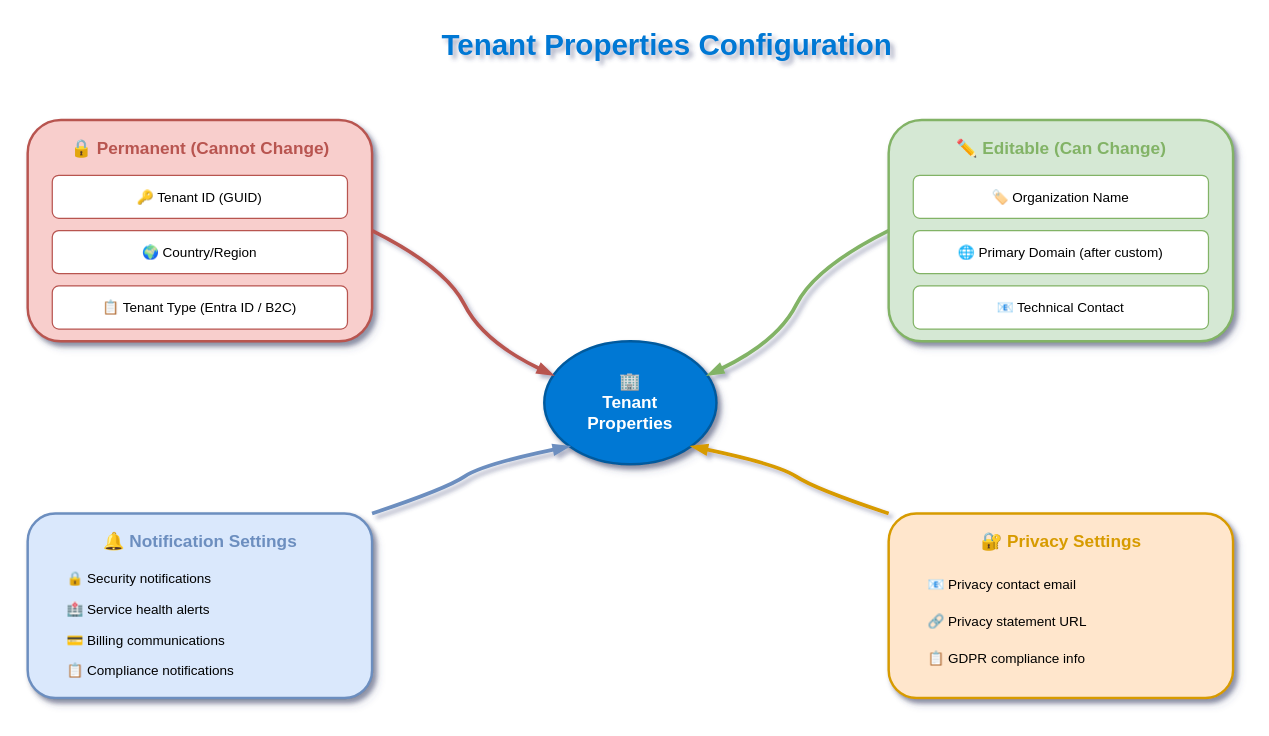
The draw.io diagram lesson-02-tenant-setup/2.2-tenant-properties/diagram.drawio in MrParkerZ7/document-lesson-ad-entra-x-claude, before the edit. Source tidied: cells renumbered, new cells numbered last; positions are measured from the earlier drawing's top-left corner, leaving out a move shared by most shapes. Both pictures are drawn from the tidied source at 123%, with x=0, y=0 at pixel (27, 21).
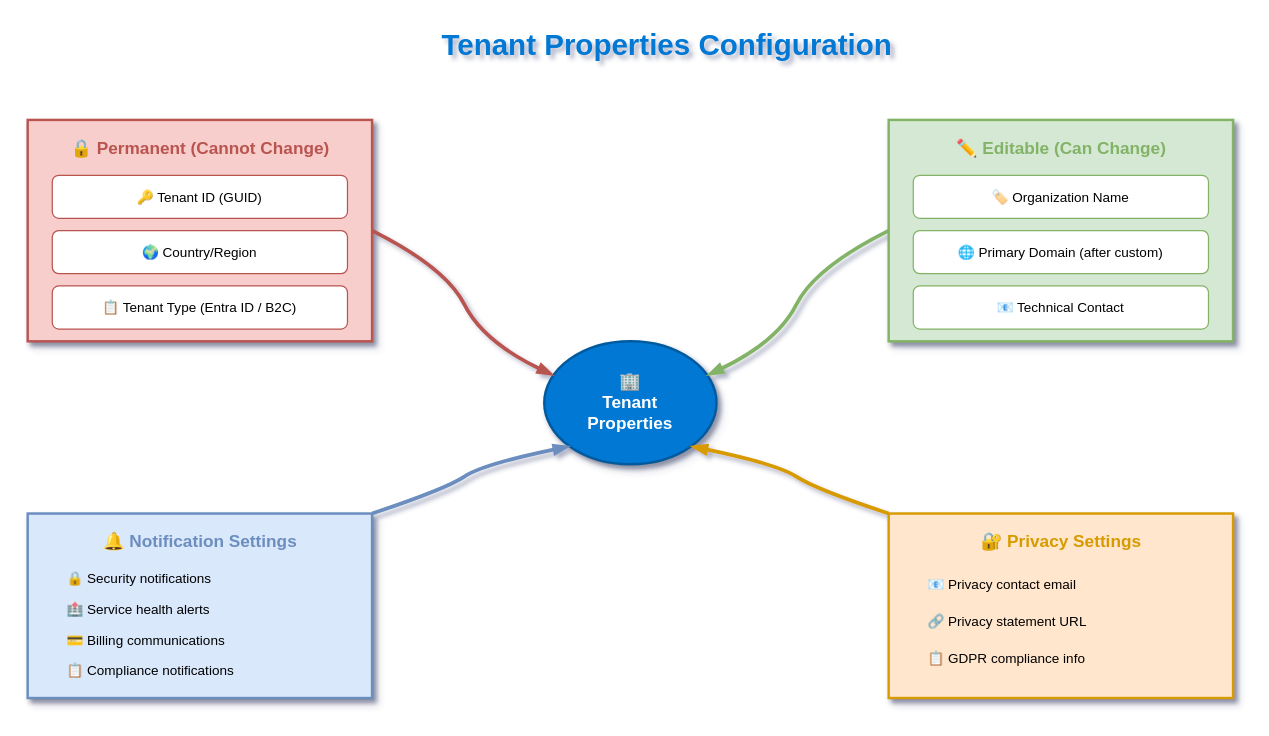
After the change.

The edit, as a diff of the source:
```diff
@@
-    <mxCell id="4" style="rounded=1;whiteSpace=wrap;html=1;fillColor=#f8cecc;strokeColor=#b85450;strokeWidth=2;shadow=1;" parent="1" vertex="1">
+    <mxCell id="4" style="rounded=0;whiteSpace=wrap;html=1;fillColor=#f8cecc;strokeColor=#b85450;strokeWidth=2;shadow=1;" parent="1" vertex="1">
       <mxGeometry y="80" width="280" height="180" as="geometry" />
     </mxCell>
@@
-    <mxCell id="10" style="rounded=1;whiteSpace=wrap;html=1;fillColor=#d5e8d4;strokeColor=#82b366;strokeWidth=2;shadow=1;" parent="1" vertex="1">
+    <mxCell id="10" style="rounded=0;whiteSpace=wrap;html=1;fillColor=#d5e8d4;strokeColor=#82b366;strokeWidth=2;shadow=1;" parent="1" vertex="1">
       <mxGeometry x="700" y="80" width="280" height="180" as="geometry" />
     </mxCell>
@@
-    <mxCell id="16" style="rounded=1;whiteSpace=wrap;html=1;fillColor=#dae8fc;strokeColor=#6c8ebf;strokeWidth=2;shadow=1;" parent="1" vertex="1">
+    <mxCell id="16" style="rounded=0;whiteSpace=wrap;html=1;fillColor=#dae8fc;strokeColor=#6c8ebf;strokeWidth=2;shadow=1;" parent="1" vertex="1">
       <mxGeometry y="400" width="280" height="150" as="geometry" />
     </mxCell>
@@
-    <mxCell id="23" style="rounded=1;whiteSpace=wrap;html=1;fillColor=#ffe6cc;strokeColor=#d79b00;strokeWidth=2;shadow=1;" parent="1" vertex="1">
+    <mxCell id="23" style="rounded=0;whiteSpace=wrap;html=1;fillColor=#ffe6cc;strokeColor=#d79b00;strokeWidth=2;shadow=1;" parent="1" vertex="1">
       <mxGeometry x="700" y="400" width="280" height="150" as="geometry" />
     </mxCell>
```
